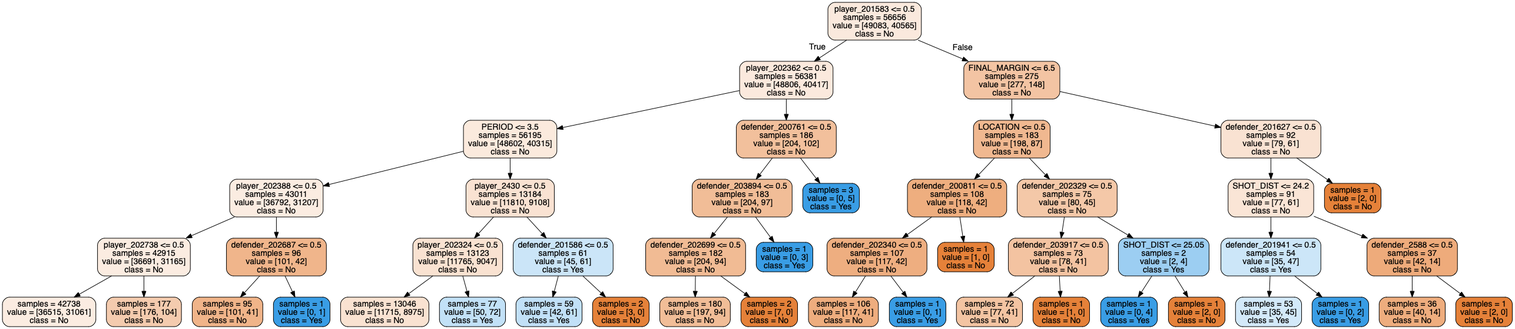
Earlier version of the Graphviz export forest_tree3.png (tianyi5309/303project). Its source is kept beside it as forest_tree3.dot.
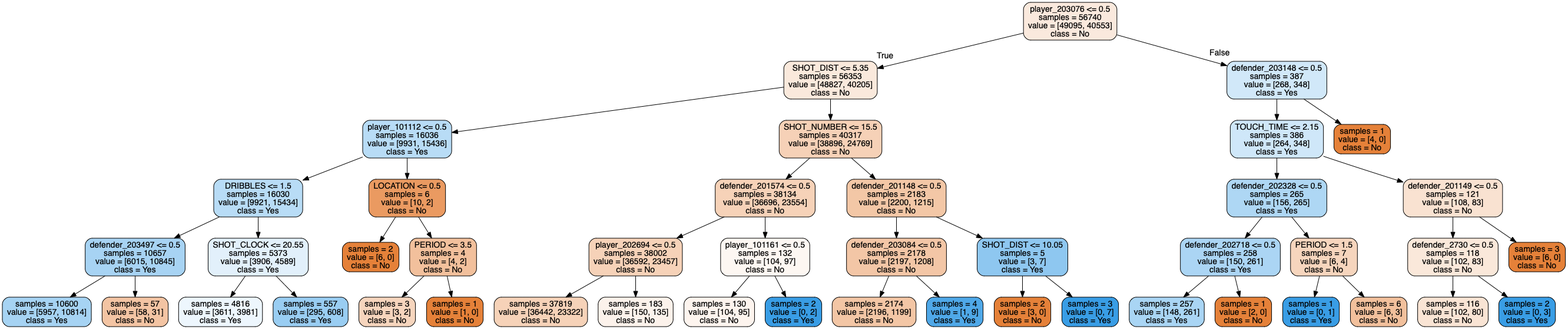
After the commit.

What changed in the source:
```diff
@@ -1,97 +1,93 @@
 digraph Tree {
 node [shape=box, style="filled, rounded", color="black", fontname=helvetica] ;
 edge [fontname=helvetica] ;
-0 [label="player_201583 <= 0.5\nsamples = 56656\nvalue = [49083, 40565]\nclass = No", fillcolor="#fae9dd"] ;
-1 [label="player_202362 <= 0.5\nsamples = 56381\nvalue = [48806, 40417]\nclass = No", fillcolor="#fbe9dd"] ;
+0 [label="player_203076 <= 0.5\nsamples = 56740\nvalue = [49095, 40553]\nclass = No", fillcolor="#fae9dd"] ;
+1 [label="SHOT_DIST <= 5.35\nsamples = 56353\nvalue = [48827, 40205]\nclass = No", fillcolor="#fae9dc"] ;
 0 -> 1 [labeldistance=2.5, labelangle=45, headlabel="True"] ;
-2 [label="PERIOD <= 3.5\nsamples = 56195\nvalue = [48602, 40315]\nclass = No", fillcolor="#fbeadd"] ;
+2 [label="player_101112 <= 0.5\nsamples = 16036\nvalue = [9931, 15436]\nclass = Yes", fillcolor="#b8dcf6"] ;
 1 -> 2 ;
-3 [label="player_202388 <= 0.5\nsamples = 43011\nvalue = [36792, 31207]\nclass = No", fillcolor="#fbece1"] ;
+3 [label="DRIBBLES <= 1.5\nsamples = 16030\nvalue = [9921, 15434]\nclass = Yes", fillcolor="#b8dcf6"] ;
 2 -> 3 ;
-4 [label="player_202738 <= 0.5\nsamples = 42915\nvalue = [36691, 31165]\nclass = No", fillcolor="#fbece1"] ;
+4 [label="defender_203497 <= 0.5\nsamples = 10657\nvalue = [6015, 10845]\nclass = Yes", fillcolor="#a7d3f3"] ;
 3 -> 4 ;
-5 [label="samples = 42738\nvalue = [36515, 31061]\nclass = No", fillcolor="#fbece1"] ;
+5 [label="samples = 10600\nvalue = [5957, 10814]\nclass = Yes", fillcolor="#a6d3f3"] ;
 4 -> 5 ;
-6 [label="samples = 177\nvalue = [176, 104]\nclass = No", fillcolor="#f4cbae"] ;
+6 [label="samples = 57\nvalue = [58, 31]\nclass = No", fillcolor="#f3c4a3"] ;
 4 -> 6 ;
-7 [label="defender_202687 <= 0.5\nsamples = 96\nvalue = [101, 42]\nclass = No", fillcolor="#f0b58b"] ;
+7 [label="SHOT_CLOCK <= 20.55\nsamples = 5373\nvalue = [3906, 4589]\nclass = Yes", fillcolor="#e2f0fb"] ;
 3 -> 7 ;
-8 [label="samples = 95\nvalue = [101, 41]\nclass = No", fillcolor="#f0b489"] ;
+8 [label="samples = 4816\nvalue = [3611, 3981]\nclass = Yes", fillcolor="#edf6fd"] ;
 7 -> 8 ;
-9 [label="samples = 1\nvalue = [0, 1]\nclass = Yes", fillcolor="#399de5"] ;
+9 [label="samples = 557\nvalue = [295, 608]\nclass = Yes", fillcolor="#99cdf2"] ;
 7 -> 9 ;
-10 [label="player_2430 <= 0.5\nsamples = 13184\nvalue = [11810, 9108]\nclass = No", fillcolor="#f9e2d2"] ;
+10 [label="LOCATION <= 0.5\nsamples = 6\nvalue = [10, 2]\nclass = No", fillcolor="#ea9a61"] ;
 2 -> 10 ;
-11 [label="player_202324 <= 0.5\nsamples = 13123\nvalue = [11765, 9047]\nclass = No", fillcolor="#f9e2d1"] ;
+11 [label="samples = 2\nvalue = [6, 0]\nclass = No", fillcolor="#e58139"] ;
 10 -> 11 ;
-12 [label="samples = 13046\nvalue = [11715, 8975]\nclass = No", fillcolor="#f9e2d1"] ;
-11 -> 12 ;
-13 [label="samples = 77\nvalue = [50, 72]\nclass = Yes", fillcolor="#c2e1f7"] ;
-11 -> 13 ;
-14 [label="defender_201586 <= 0.5\nsamples = 61\nvalue = [45, 61]\nclass = Yes", fillcolor="#cbe5f8"] ;
-10 -> 14 ;
-15 [label="samples = 59\nvalue = [42, 61]\nclass = Yes", fillcolor="#c1e0f7"] ;
-14 -> 15 ;
-16 [label="samples = 2\nvalue = [3, 0]\nclass = No", fillcolor="#e58139"] ;
-14 -> 16 ;
-17 [label="defender_200761 <= 0.5\nsamples = 186\nvalue = [204, 102]\nclass = No", fillcolor="#f2c09c"] ;
-1 -> 17 ;
-18 [label="defender_203894 <= 0.5\nsamples = 183\nvalue = [204, 97]\nclass = No", fillcolor="#f1bd97"] ;
+12 [label="PERIOD <= 3.5\nsamples = 4\nvalue = [4, 2]\nclass = No", fillcolor="#f2c09c"] ;
+10 -> 12 ;
+13 [label="samples = 3\nvalue = [3, 2]\nclass = No", fillcolor="#f6d5bd"] ;
+12 -> 13 ;
+14 [label="samples = 1\nvalue = [1, 0]\nclass = No", fillcolor="#e58139"] ;
+12 -> 14 ;
+15 [label="SHOT_NUMBER <= 15.5\nsamples = 40317\nvalue = [38896, 24769]\nclass = No", fillcolor="#f6d1b7"] ;
+1 -> 15 ;
+16 [label="defender_201574 <= 0.5\nsamples = 38134\nvalue = [36696, 23554]\nclass = No", fillcolor="#f6d2b8"] ;
+15 -> 16 ;
+17 [label="player_202694 <= 0.5\nsamples = 38002\nvalue = [36592, 23457]\nclass = No", fillcolor="#f6d2b8"] ;
+16 -> 17 ;
+18 [label="samples = 37819\nvalue = [36442, 23322]\nclass = No", fillcolor="#f6d2b8"] ;
 17 -> 18 ;
-19 [label="defender_202699 <= 0.5\nsamples = 182\nvalue = [204, 94]\nclass = No", fillcolor="#f1bb94"] ;
-18 -> 19 ;
-20 [label="samples = 180\nvalue = [197, 94]\nclass = No", fillcolor="#f1bd97"] ;
-19 -> 20 ;
-21 [label="samples = 2\nvalue = [7, 0]\nclass = No", fillcolor="#e58139"] ;
-19 -> 21 ;
-22 [label="samples = 1\nvalue = [0, 3]\nclass = Yes", fillcolor="#399de5"] ;
-18 -> 22 ;
-23 [label="samples = 3\nvalue = [0, 5]\nclass = Yes", fillcolor="#399de5"] ;
-17 -> 23 ;
-24 [label="FINAL_MARGIN <= 6.5\nsamples = 275\nvalue = [277, 148]\nclass = No", fillcolor="#f3c4a3"] ;
-0 -> 24 [labeldistance=2.5, labelangle=-45, headlabel="False"] ;
-25 [label="LOCATION <= 0.5\nsamples = 183\nvalue = [198, 87]\nclass = No", fillcolor="#f0b890"] ;
+19 [label="samples = 183\nvalue = [150, 135]\nclass = No", fillcolor="#fcf2eb"] ;
+17 -> 19 ;
+20 [label="player_101161 <= 0.5\nsamples = 132\nvalue = [104, 97]\nclass = No", fillcolor="#fdf7f2"] ;
+16 -> 20 ;
+21 [label="samples = 130\nvalue = [104, 95]\nclass = No", fillcolor="#fdf4ee"] ;
+20 -> 21 ;
+22 [label="samples = 2\nvalue = [0, 2]\nclass = Yes", fillcolor="#399de5"] ;
+20 -> 22 ;
+23 [label="defender_201148 <= 0.5\nsamples = 2183\nvalue = [2200, 1215]\nclass = No", fillcolor="#f3c7a6"] ;
+15 -> 23 ;
+24 [label="defender_203084 <= 0.5\nsamples = 2178\nvalue = [2197, 1208]\nclass = No", fillcolor="#f3c6a6"] ;
+23 -> 24 ;
+25 [label="samples = 2174\nvalue = [2196, 1199]\nclass = No", fillcolor="#f3c6a5"] ;
 24 -> 25 ;
-26 [label="defender_200811 <= 0.5\nsamples = 108\nvalue = [118, 42]\nclass = No", fillcolor="#eeae7f"] ;
-25 -> 26 ;
-27 [label="defender_202340 <= 0.5\nsamples = 107\nvalue = [117, 42]\nclass = No", fillcolor="#eeae80"] ;
-26 -> 27 ;
-28 [label="samples = 106\nvalue = [117, 41]\nclass = No", fillcolor="#eead7e"] ;
+26 [label="samples = 4\nvalue = [1, 9]\nclass = Yes", fillcolor="#4fa8e8"] ;
+24 -> 26 ;
+27 [label="SHOT_DIST <= 10.05\nsamples = 5\nvalue = [3, 7]\nclass = Yes", fillcolor="#8ec7f0"] ;
+23 -> 27 ;
+28 [label="samples = 2\nvalue = [3, 0]\nclass = No", fillcolor="#e58139"] ;
 27 -> 28 ;
-29 [label="samples = 1\nvalue = [0, 1]\nclass = Yes", fillcolor="#399de5"] ;
+29 [label="samples = 3\nvalue = [0, 7]\nclass = Yes", fillcolor="#399de5"] ;
 27 -> 29 ;
-30 [label="samples = 1\nvalue = [1, 0]\nclass = No", fillcolor="#e58139"] ;
-26 -> 30 ;
-31 [label="defender_202329 <= 0.5\nsamples = 75\nvalue = [80, 45]\nclass = No", fillcolor="#f4c8a8"] ;
-25 -> 31 ;
-32 [label="defender_203917 <= 0.5\nsamples = 73\nvalue = [78, 41]\nclass = No", fillcolor="#f3c3a1"] ;
+30 [label="defender_203148 <= 0.5\nsamples = 387\nvalue = [268, 348]\nclass = Yes", fillcolor="#d1e8f9"] ;
+0 -> 30 [labeldistance=2.5, labelangle=-45, headlabel="False"] ;
+31 [label="TOUCH_TIME <= 2.15\nsamples = 386\nvalue = [264, 348]\nclass = Yes", fillcolor="#cfe7f9"] ;
+30 -> 31 ;
+32 [label="defender_202328 <= 0.5\nsamples = 265\nvalue = [156, 265]\nclass = Yes", fillcolor="#aed7f4"] ;
 31 -> 32 ;
-33 [label="samples = 72\nvalue = [77, 41]\nclass = No", fillcolor="#f3c4a2"] ;
+33 [label="defender_202718 <= 0.5\nsamples = 258\nvalue = [150, 261]\nclass = Yes", fillcolor="#abd5f4"] ;
 32 -> 33 ;
-34 [label="samples = 1\nvalue = [1, 0]\nclass = No", fillcolor="#e58139"] ;
-32 -> 34 ;
-35 [label="SHOT_DIST <= 25.05\nsamples = 2\nvalue = [2, 4]\nclass = Yes", fillcolor="#9ccef2"] ;
-31 -> 35 ;
-36 [label="samples = 1\nvalue = [0, 4]\nclass = Yes", fillcolor="#399de5"] ;
-35 -> 36 ;
-37 [label="samples = 1\nvalue = [2, 0]\nclass = No", fillcolor="#e58139"] ;
-35 -> 37 ;
-38 [label="defender_201627 <= 0.5\nsamples = 92\nvalue = [79, 61]\nclass = No", fillcolor="#f9e2d2"] ;
-24 -> 38 ;
-39 [label="SHOT_DIST <= 24.2\nsamples = 91\nvalue = [77, 61]\nclass = No", fillcolor="#fae5d6"] ;
-38 -> 39 ;
-40 [label="defender_201941 <= 0.5\nsamples = 54\nvalue = [35, 47]\nclass = Yes", fillcolor="#cce6f8"] ;
+34 [label="samples = 257\nvalue = [148, 261]\nclass = Yes", fillcolor="#a9d5f4"] ;
+33 -> 34 ;
+35 [label="samples = 1\nvalue = [2, 0]\nclass = No", fillcolor="#e58139"] ;
+33 -> 35 ;
+36 [label="PERIOD <= 1.5\nsamples = 7\nvalue = [6, 4]\nclass = No", fillcolor="#f6d5bd"] ;
+32 -> 36 ;
+37 [label="samples = 1\nvalue = [0, 1]\nclass = Yes", fillcolor="#399de5"] ;
+36 -> 37 ;
+38 [label="samples = 6\nvalue = [6, 3]\nclass = No", fillcolor="#f2c09c"] ;
+36 -> 38 ;
+39 [label="defender_201149 <= 0.5\nsamples = 121\nvalue = [108, 83]\nclass = No", fillcolor="#f9e2d1"] ;
+31 -> 39 ;
+40 [label="defender_2730 <= 0.5\nsamples = 118\nvalue = [102, 83]\nclass = No", fillcolor="#fae8da"] ;
 39 -> 40 ;
-41 [label="samples = 53\nvalue = [35, 45]\nclass = Yes", fillcolor="#d3e9f9"] ;
+41 [label="samples = 116\nvalue = [102, 80]\nclass = No", fillcolor="#f9e4d4"] ;
 40 -> 41 ;
-42 [label="samples = 1\nvalue = [0, 2]\nclass = Yes", fillcolor="#399de5"] ;
+42 [label="samples = 2\nvalue = [0, 3]\nclass = Yes", fillcolor="#399de5"] ;
 40 -> 42 ;
-43 [label="defender_2588 <= 0.5\nsamples = 37\nvalue = [42, 14]\nclass = No", fillcolor="#eeab7b"] ;
+43 [label="samples = 3\nvalue = [6, 0]\nclass = No", fillcolor="#e58139"] ;
 39 -> 43 ;
-44 [label="samples = 36\nvalue = [40, 14]\nclass = No", fillcolor="#eead7e"] ;
-43 -> 44 ;
-45 [label="samples = 1\nvalue = [2, 0]\nclass = No", fillcolor="#e58139"] ;
-43 -> 45 ;
-46 [label="samples = 1\nvalue = [2, 0]\nclass = No", fillcolor="#e58139"] ;
-38 -> 46 ;
+44 [label="samples = 1\nvalue = [4, 0]\nclass = No", fillcolor="#e58139"] ;
+30 -> 44 ;
 }
```
